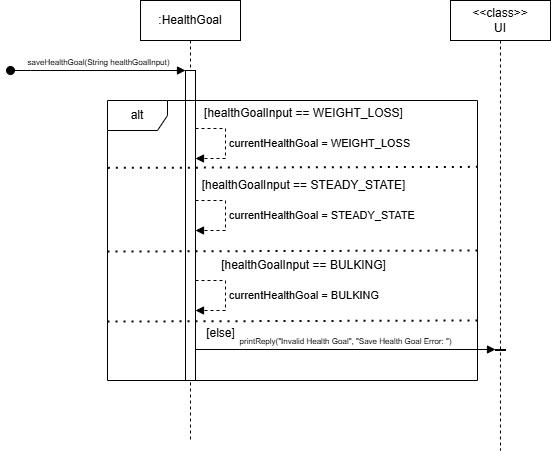
The draw.io diagram docs/images/setHealthGoalSD.png in ryan-txn/tp, before a commit. Source tidied: cells renumbered, new cells last; positions are measured from the earlier drawing's top-left corner, leaving out a move shared by most shapes.
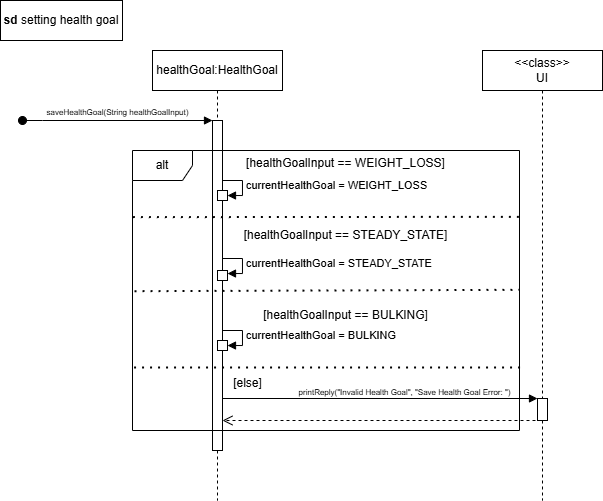
After the change.

Change to the diagram source:
```diff
@@ -2,11 +2,11 @@
   <root>
     <mxCell id="0" />
     <mxCell id="1" parent="0" />
-    <mxCell id="2" value="&lt;div&gt;:HealthGoal&lt;/div&gt;" style="shape=umlLifeline;perimeter=lifelinePerimeter;whiteSpace=wrap;html=1;newEdgeStyle={&quot;edgeStyle&quot;:&quot;elbowEdgeStyle&quot;,&quot;elbow&quot;:&quot;vertical&quot;,&quot;curved&quot;:0,&quot;rounded&quot;:0};" parent="1" vertex="1">
-      <mxGeometry x="130" width="100" height="440" as="geometry" />
+    <mxCell id="2" value="&lt;div&gt;healthGoal:HealthGoal&lt;/div&gt;" style="shape=umlLifeline;perimeter=lifelinePerimeter;whiteSpace=wrap;html=1;newEdgeStyle={&quot;edgeStyle&quot;:&quot;elbowEdgeStyle&quot;,&quot;elbow&quot;:&quot;vertical&quot;,&quot;curved&quot;:0,&quot;rounded&quot;:0};size=40;" parent="1" vertex="1">
+      <mxGeometry x="100" width="130" height="450" as="geometry" />
     </mxCell>
     <mxCell id="3" style="html=1;points=[];perimeter=orthogonalPerimeter;outlineConnect=0;targetShapes=umlLifeline;portConstraint=eastwest;newEdgeStyle={&quot;edgeStyle&quot;:&quot;elbowEdgeStyle&quot;,&quot;elbow&quot;:&quot;vertical&quot;,&quot;curved&quot;:0,&quot;rounded&quot;:0};" parent="2" vertex="1">
-      <mxGeometry x="45" y="70" width="10" height="310" as="geometry" />
+      <mxGeometry x="60" y="70" width="10" height="330" as="geometry" />
     </mxCell>
     <mxCell id="4" value="&lt;font style=&quot;font-size: 8px;&quot;&gt;saveHealthGoal(String healthGoalInput)&lt;/font&gt;" style="html=1;verticalAlign=bottom;startArrow=oval;endArrow=block;startSize=8;edgeStyle=elbowEdgeStyle;elbow=vertical;curved=0;rounded=0;" parent="2" edge="1" target="3">
       <mxGeometry relative="1" as="geometry">
@@ -16,74 +16,86 @@
         </Array>
       </mxGeometry>
     </mxCell>
+    <mxCell id="19" style="html=1;points=[[0,0,0,0,5],[0,1,0,0,-5],[1,0,0,0,5],[1,1,0,0,-5]];perimeter=orthogonalPerimeter;outlineConnect=0;targetShapes=umlLifeline;portConstraint=eastwest;newEdgeStyle={&quot;curved&quot;:0,&quot;rounded&quot;:0};" parent="2" vertex="1">
+      <mxGeometry x="65" y="140" width="10" height="10" as="geometry" />
+    </mxCell>
+    <mxCell id="10" value="currentHealthGoal = WEIGHT_LOSS" style="html=1;align=left;spacingLeft=2;endArrow=block;rounded=0;edgeStyle=orthogonalEdgeStyle;curved=0;rounded=0;" parent="2" edge="1" source="3" target="19">
+      <mxGeometry relative="1" as="geometry">
+        <Array as="points">
+          <mxPoint x="90" y="130" />
+          <mxPoint x="90" y="145" />
+        </Array>
+      </mxGeometry>
+    </mxCell>
+    <mxCell id="20" style="html=1;points=[[0,0,0,0,5],[0,1,0,0,-5],[1,0,0,0,5],[1,1,0,0,-5]];perimeter=orthogonalPerimeter;outlineConnect=0;targetShapes=umlLifeline;portConstraint=eastwest;newEdgeStyle={&quot;curved&quot;:0,&quot;rounded&quot;:0};" parent="2" vertex="1">
+      <mxGeometry x="65" y="220" width="10" height="10" as="geometry" />
+    </mxCell>
+    <mxCell id="12" value="currentHealthGoal = STEADY_STATE" style="html=1;align=left;spacingLeft=2;endArrow=block;rounded=0;edgeStyle=orthogonalEdgeStyle;curved=0;rounded=0;" parent="2" edge="1" source="3" target="20">
+      <mxGeometry relative="1" as="geometry">
+        <Array as="points">
+          <mxPoint x="90" y="208" />
+          <mxPoint x="90" y="223" />
+        </Array>
+      </mxGeometry>
+    </mxCell>
+    <mxCell id="21" style="html=1;points=[[0,0,0,0,5],[0,1,0,0,-5],[1,0,0,0,5],[1,1,0,0,-5]];perimeter=orthogonalPerimeter;outlineConnect=0;targetShapes=umlLifeline;portConstraint=eastwest;newEdgeStyle={&quot;curved&quot;:0,&quot;rounded&quot;:0};" parent="2" vertex="1">
+      <mxGeometry x="65" y="290" width="10" height="10" as="geometry" />
+    </mxCell>
+    <mxCell id="14" value="currentHealthGoal = BULKING" style="html=1;align=left;spacingLeft=2;endArrow=block;rounded=0;edgeStyle=orthogonalEdgeStyle;curved=0;rounded=0;" parent="2" edge="1" source="3" target="21">
+      <mxGeometry relative="1" as="geometry">
+        <Array as="points">
+          <mxPoint x="90" y="280" />
+          <mxPoint x="90" y="295" />
+        </Array>
+      </mxGeometry>
+    </mxCell>
     <mxCell id="5" value="&amp;lt;&amp;lt;class&amp;gt;&amp;gt;&lt;div&gt;UI&lt;/div&gt;" style="shape=umlLifeline;perimeter=lifelinePerimeter;whiteSpace=wrap;html=1;newEdgeStyle={&quot;edgeStyle&quot;:&quot;elbowEdgeStyle&quot;,&quot;elbow&quot;:&quot;vertical&quot;,&quot;curved&quot;:0,&quot;rounded&quot;:0};" parent="1" vertex="1">
-      <mxGeometry x="440" width="100" height="450" as="geometry" />
+      <mxGeometry x="430" width="120" height="450" as="geometry" />
     </mxCell>
     <mxCell id="6" style="html=1;points=[];perimeter=orthogonalPerimeter;outlineConnect=0;targetShapes=umlLifeline;portConstraint=eastwest;newEdgeStyle={&quot;edgeStyle&quot;:&quot;elbowEdgeStyle&quot;,&quot;elbow&quot;:&quot;vertical&quot;,&quot;curved&quot;:0,&quot;rounded&quot;:0};" parent="5" vertex="1">
-      <mxGeometry x="45" y="349" width="10" height="1" as="geometry" />
+      <mxGeometry x="55" y="348" width="10" height="22" as="geometry" />
     </mxCell>
     <mxCell id="7" value="alt" style="shape=umlFrame;whiteSpace=wrap;html=1;" parent="1" vertex="1">
-      <mxGeometry x="97" y="100" width="370" height="280" as="geometry" />
+      <mxGeometry x="80" y="100" width="387" height="280" as="geometry" />
     </mxCell>
-    <mxCell id="8" style="endArrow=none;dashed=1;html=1;dashPattern=1 3;strokeWidth=2;rounded=0;exitX=0.001;exitY=0.426;exitDx=0;exitDy=0;exitPerimeter=0;entryX=1.008;entryY=0.418;entryDx=0;entryDy=0;entryPerimeter=0;" parent="1" edge="1">
+    <mxCell id="8" style="endArrow=none;dashed=1;html=1;dashPattern=1 3;strokeWidth=2;rounded=0;exitX=0.001;exitY=0.238;exitDx=0;exitDy=0;exitPerimeter=0;entryX=1.008;entryY=0.418;entryDx=0;entryDy=0;entryPerimeter=0;" parent="1" edge="1" source="7">
       <mxGeometry relative="1" as="geometry">
-        <mxPoint x="97.4" y="167.4" as="sourcePoint" />
         <mxPoint x="470" y="166.3" as="targetPoint" />
       </mxGeometry>
     </mxCell>
     <mxCell id="9" value="[healthGoalInput == WEIGHT_LOSS]" style="text;html=1;align=center;verticalAlign=middle;strokeColor=none;fillColor=none;" parent="1" vertex="1">
       <mxGeometry x="183" y="98" width="220" height="30" as="geometry" />
     </mxCell>
-    <mxCell id="10" value="currentHealthGoal = WEIGHT_LOSS" style="html=1;align=left;spacingLeft=2;endArrow=block;rounded=0;edgeStyle=orthogonalEdgeStyle;curved=0;rounded=0;dashed=1;" parent="1" edge="1">
-      <mxGeometry relative="1" as="geometry">
-        <mxPoint x="185" y="128" as="sourcePoint" />
-        <mxPoint x="185" y="158" as="targetPoint" />
-        <Array as="points">
-          <mxPoint x="215" y="158" />
-        </Array>
-      </mxGeometry>
-    </mxCell>
     <mxCell id="11" value="[healthGoalInput == STEADY_STATE]" style="text;html=1;align=center;verticalAlign=middle;strokeColor=none;fillColor=none;" parent="1" vertex="1">
       <mxGeometry x="178" y="170" width="230" height="30" as="geometry" />
     </mxCell>
-    <mxCell id="12" value="currentHealthGoal = STEADY_STATE" style="html=1;align=left;spacingLeft=2;endArrow=block;rounded=0;edgeStyle=orthogonalEdgeStyle;curved=0;rounded=0;dashed=1;" parent="1" edge="1">
-      <mxGeometry relative="1" as="geometry">
-        <mxPoint x="185" y="200" as="sourcePoint" />
-        <mxPoint x="185" y="230" as="targetPoint" />
-        <Array as="points">
-          <mxPoint x="215" y="230" />
-        </Array>
-      </mxGeometry>
-    </mxCell>
     <mxCell id="13" value="[healthGoalInput == BULKING]" style="text;html=1;align=center;verticalAlign=middle;strokeColor=none;fillColor=none;" parent="1" vertex="1">
       <mxGeometry x="198" y="250" width="190" height="30" as="geometry" />
     </mxCell>
-    <mxCell id="14" value="currentHealthGoal = BULKING" style="html=1;align=left;spacingLeft=2;endArrow=block;rounded=0;edgeStyle=orthogonalEdgeStyle;curved=0;rounded=0;dashed=1;" parent="1" edge="1">
-      <mxGeometry relative="1" as="geometry">
-        <mxPoint x="185" y="280" as="sourcePoint" />
-        <mxPoint x="185" y="310" as="targetPoint" />
-        <Array as="points">
-          <mxPoint x="215" y="310" />
-        </Array>
-      </mxGeometry>
-    </mxCell>
-    <mxCell id="15" style="endArrow=none;dashed=1;html=1;dashPattern=1 3;strokeWidth=2;rounded=0;exitX=0.001;exitY=0.426;exitDx=0;exitDy=0;exitPerimeter=0;entryX=1.008;entryY=0.418;entryDx=0;entryDy=0;entryPerimeter=0;" parent="1" edge="1">
+    <mxCell id="15" style="endArrow=none;dashed=1;html=1;dashPattern=1 3;strokeWidth=2;rounded=0;exitX=0.004;exitY=0.775;exitDx=0;exitDy=0;exitPerimeter=0;" parent="1" edge="1" source="7">
       <mxGeometry relative="1" as="geometry">
-        <mxPoint x="97" y="321" as="sourcePoint" />
-        <mxPoint x="469.6" y="320" as="targetPoint" />
+        <mxPoint x="470" y="317" as="targetPoint" />
       </mxGeometry>
     </mxCell>
-    <mxCell id="16" style="endArrow=none;dashed=1;html=1;dashPattern=1 3;strokeWidth=2;rounded=0;exitX=0.001;exitY=0.426;exitDx=0;exitDy=0;exitPerimeter=0;entryX=1.008;entryY=0.418;entryDx=0;entryDy=0;entryPerimeter=0;" parent="1" edge="1">
+    <mxCell id="16" style="endArrow=none;dashed=1;html=1;dashPattern=1 3;strokeWidth=2;rounded=0;exitX=-0.001;exitY=0.529;exitDx=0;exitDy=0;exitPerimeter=0;entryX=1.002;entryY=0.511;entryDx=0;entryDy=0;entryPerimeter=0;" parent="1" edge="1">
       <mxGeometry relative="1" as="geometry">
-        <mxPoint x="97" y="251" as="sourcePoint" />
-        <mxPoint x="469.6" y="250" as="targetPoint" />
+        <mxPoint x="81.9" y="240.7" as="sourcePoint" />
+        <mxPoint x="467" y="239.3" as="targetPoint" />
       </mxGeometry>
     </mxCell>
     <mxCell id="17" value="[else]" style="text;html=1;align=center;verticalAlign=middle;strokeColor=none;fillColor=none;" parent="1" vertex="1">
-      <mxGeometry x="185" y="318" width="50" height="30" as="geometry" />
+      <mxGeometry x="170" y="318" width="50" height="30" as="geometry" />
     </mxCell>
     <mxCell id="18" value="&lt;font style=&quot;font-size: 8px;&quot;&gt;printReply(&quot;Invalid Health Goal&quot;, &quot;Save Health Goal Error: &quot;)&lt;/font&gt;" style="html=1;verticalAlign=bottom;endArrow=block;curved=0;rounded=0;" parent="1" edge="1" source="3" target="6">
-      <mxGeometry relative="1" as="geometry" />
+      <mxGeometry x="0.16" y="-2" relative="1" as="geometry" />
     </mxCell>
+    <mxCell id="22" value="&lt;b&gt;sd&lt;/b&gt; setting health goal" style="rounded=0;whiteSpace=wrap;html=1;" parent="1" vertex="1">
+      <mxGeometry x="-52" y="-50" width="122" height="40" as="geometry" />
+    </mxCell>
+    <mxCell id="23" style="html=1;verticalAlign=bottom;endArrow=open;dashed=1;endSize=8;curved=0;rounded=0;" parent="1" edge="1" target="3">
+      <mxGeometry relative="1" as="geometry">
+        <mxPoint x="483" y="370" as="sourcePoint" />
+      </mxGeometry>
+    </mxCell>
   </root>
 </mxGraphModel>
```
